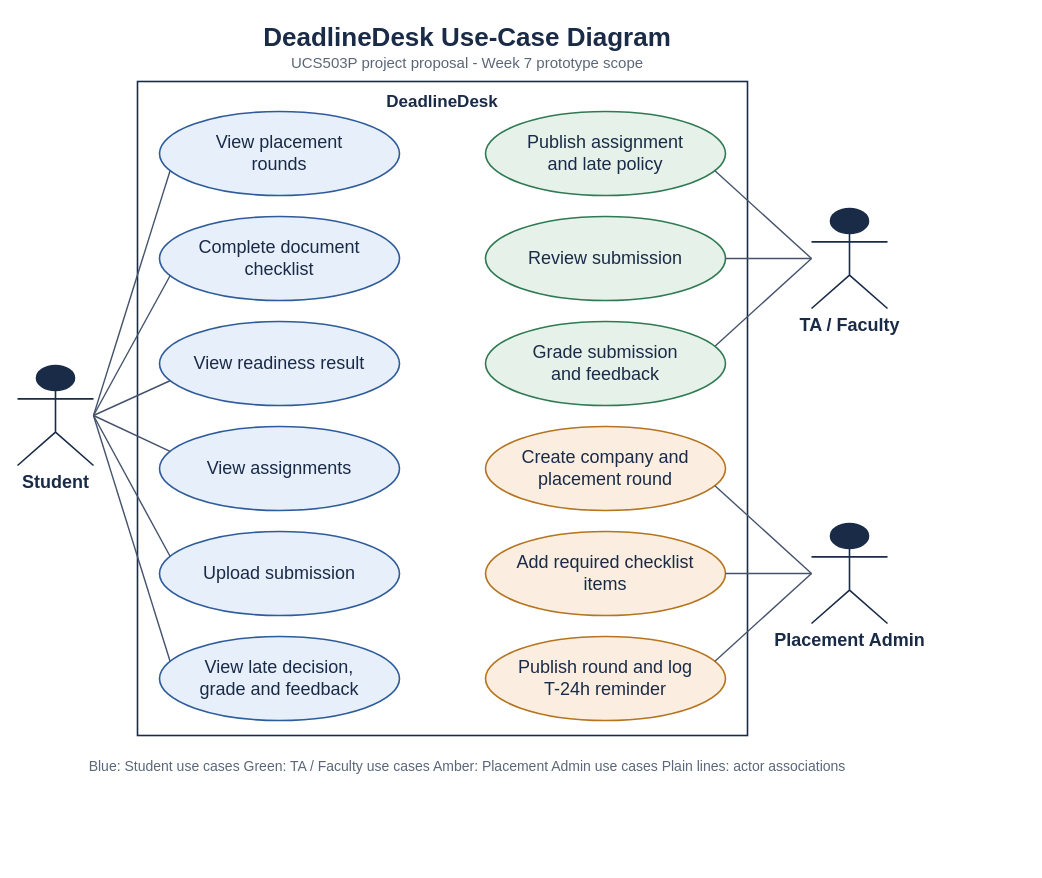
This is project-proposal/figures/use-case-diagram.drawio from aryanorastar/ucs503p-202627-deadlinedesk, a draw.io file, before an edit. Source tidied: cells renumbered, new cells numbered last; positions are measured from the earlier drawing's top-left corner, leaving out a move shared by most shapes. Both pictures are drawn from the tidied source at 100%, with x=0, y=0 at pixel (17, 21).
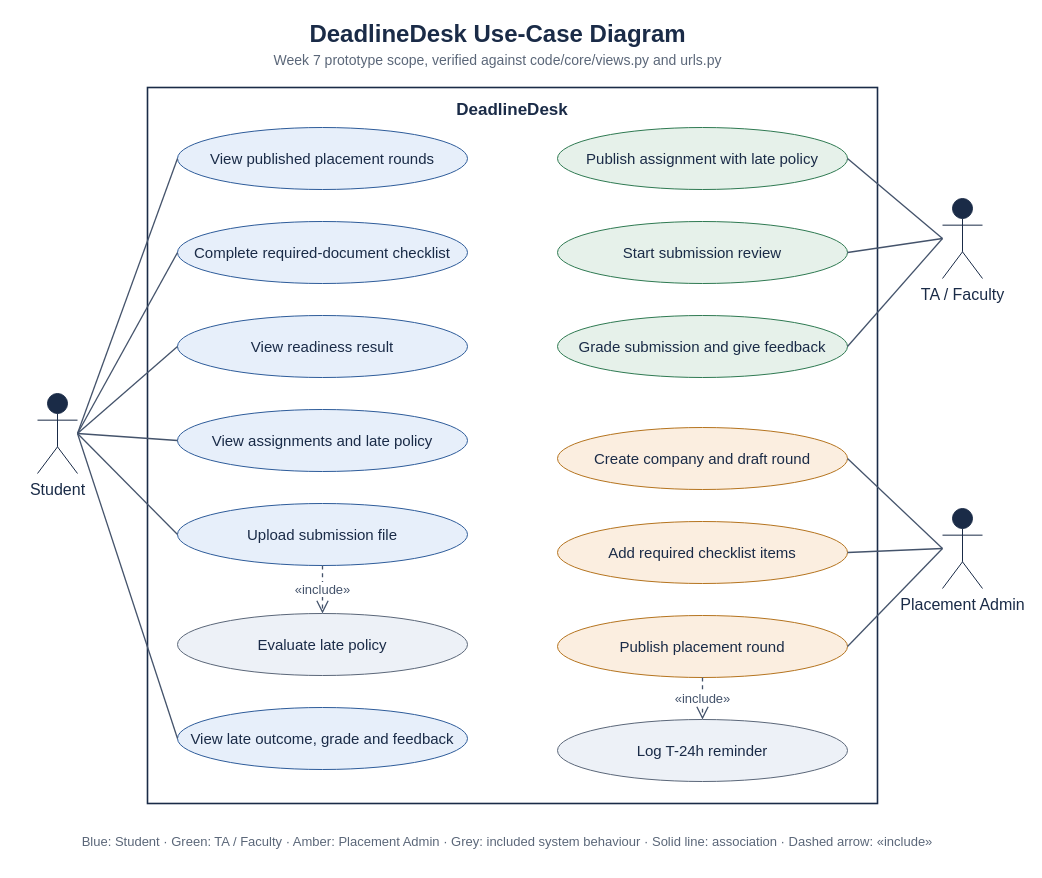
The same diagram, later.

The edit, as a diff of the source:
```diff
@@
-    <mxCell id="2" value="DeadlineDesk Use-Case Diagram" style="text;html=1;whiteSpace=wrap;strokeColor=none;fillColor=none;fontColor=#1A2B47;fontSize=26;fontStyle=1;fontFamily=Helvetica;align=center;verticalAlign=middle;" parent="1" vertex="1">
-      <mxGeometry x="150" width="600" height="32" as="geometry" />
+    <mxCell id="2" value="DeadlineDesk Use-Case Diagram" style="text;html=1;align=center;verticalAlign=middle;fontFamily=Helvetica;fontSize=24;fontStyle=1;fontColor=#1A2B47;" parent="1" vertex="1">
+      <mxGeometry x="180" y="-4" width="600" height="34" as="geometry" />
     </mxCell>
-    <mxCell id="3" value="UCS503P project proposal - Week 7 prototype scope" style="text;html=1;whiteSpace=wrap;strokeColor=none;fillColor=none;fontColor=#5B6779;fontSize=15;fontStyle=0;fontFamily=Helvetica;align=center;verticalAlign=middle;" parent="1" vertex="1">
-      <mxGeometry x="150" y="30" width="600" height="22" as="geometry" />
+    <mxCell id="3" value="Week 7 prototype scope, verified against code/core/views.py and urls.py" style="text;html=1;align=center;verticalAlign=middle;fontFamily=Helvetica;fontSize=14;fontColor=#5B6779;" parent="1" vertex="1">
+      <mxGeometry x="180" y="28" width="600" height="22" as="geometry" />
     </mxCell>
-    <mxCell id="4" style="rounded=0;whiteSpace=wrap;html=1;arcSize=8;fillColor=#FFFFFF;strokeColor=#1A2B47;strokeWidth=1.6;fontColor=#1A2B47;fontSize=18;fontStyle=0;fontFamily=Helvetica;verticalAlign=middle;align=center;" parent="1" vertex="1">
-      <mxGeometry x="120" y="60" width="610" height="654" as="geometry" />
+    <mxCell id="4" value="DeadlineDesk" style="rounded=0;whiteSpace=wrap;html=1;fillColor=#FFFFFF;strokeColor=#1A2B47;strokeWidth=1.6;verticalAlign=top;fontFamily=Helvetica;fontSize=17;fontStyle=1;fontColor=#1A2B47;spacingTop=6;" parent="1" vertex="1">
+      <mxGeometry x="130" y="66" width="730" height="716" as="geometry" />
     </mxCell>
-    <mxCell id="5" value="DeadlineDesk" style="text;html=1;whiteSpace=wrap;strokeColor=none;fillColor=none;fontColor=#1A2B47;fontSize=17;fontStyle=1;fontFamily=Helvetica;align=center;verticalAlign=middle;" parent="1" vertex="1">
-      <mxGeometry x="225" y="70" width="400" height="22" as="geometry" />
-    </mxCell>
-    <mxCell id="6" value="View placement&lt;br&gt;rounds" style="ellipse;whiteSpace=wrap;html=1;fillColor=#E7EFFA;strokeColor=#2E5C9A;strokeWidth=1.6;fontColor=#1A2B47;fontSize=18;fontStyle=0;fontFamily=Helvetica;verticalAlign=middle;align=center;" parent="1" vertex="1">
-      <mxGeometry x="142" y="90" width="240" height="84" as="geometry" />
-    </mxCell>
-    <mxCell id="7" value="Complete document&lt;br&gt;checklist" style="ellipse;whiteSpace=wrap;html=1;fillColor=#E7EFFA;strokeColor=#2E5C9A;strokeWidth=1.6;fontColor=#1A2B47;fontSize=18;fontStyle=0;fontFamily=Helvetica;verticalAlign=middle;align=center;" parent="1" vertex="1">
-      <mxGeometry x="142" y="195" width="240" height="84" as="geometry" />
-    </mxCell>
-    <mxCell id="8" value="View readiness result" style="ellipse;whiteSpace=wrap;html=1;fillColor=#E7EFFA;strokeColor=#2E5C9A;strokeWidth=1.6;fontColor=#1A2B47;fontSize=18;fontStyle=0;fontFamily=Helvetica;verticalAlign=middle;align=center;" parent="1" vertex="1">
-      <mxGeometry x="142" y="300" width="240" height="84" as="geometry" />
-    </mxCell>
-    <mxCell id="9" value="View assignments" style="ellipse;whiteSpace=wrap;html=1;fillColor=#E7EFFA;strokeColor=#2E5C9A;strokeWidth=1.6;fontColor=#1A2B47;fontSize=18;fontStyle=0;fontFamily=Helvetica;verticalAlign=middle;align=center;" parent="1" vertex="1">
-      <mxGeometry x="142" y="405" width="240" height="84" as="geometry" />
-    </mxCell>
-    <mxCell id="10" value="Upload submission" style="ellipse;whiteSpace=wrap;html=1;fillColor=#E7EFFA;strokeColor=#2E5C9A;strokeWidth=1.6;fontColor=#1A2B47;fontSize=18;fontStyle=0;fontFamily=Helvetica;verticalAlign=middle;align=center;" parent="1" vertex="1">
-      <mxGeometry x="142" y="510" width="240" height="84" as="geometry" />
-    </mxCell>
-    <mxCell id="11" value="View late decision,&lt;br&gt;grade and feedback" style="ellipse;whiteSpace=wrap;html=1;fillColor=#E7EFFA;strokeColor=#2E5C9A;strokeWidth=1.6;fontColor=#1A2B47;fontSize=18;fontStyle=0;fontFamily=Helvetica;verticalAlign=middle;align=center;" parent="1" vertex="1">
-      <mxGeometry x="142" y="615" width="240" height="84" as="geometry" />
-    </mxCell>
-    <mxCell id="12" value="Publish assignment&lt;br&gt;and late policy" style="ellipse;whiteSpace=wrap;html=1;fillColor=#E6F1EA;strokeColor=#2F7A52;strokeWidth=1.6;fontColor=#1A2B47;fontSize=18;fontStyle=0;fontFamily=Helvetica;verticalAlign=middle;align=center;" parent="1" vertex="1">
-      <mxGeometry x="468" y="90" width="240" height="84" as="geometry" />
-    </mxCell>
-    <mxCell id="13" value="Review submission" style="ellipse;whiteSpace=wrap;html=1;fillColor=#E6F1EA;strokeColor=#2F7A52;strokeWidth=1.6;fontColor=#1A2B47;fontSize=18;fontStyle=0;fontFamily=Helvetica;verticalAlign=middle;align=center;" parent="1" vertex="1">
-      <mxGeometry x="468" y="195" width="240" height="84" as="geometry" />
-    </mxCell>
-    <mxCell id="14" value="Grade submission&lt;br&gt;and feedback" style="ellipse;whiteSpace=wrap;html=1;fillColor=#E6F1EA;strokeColor=#2F7A52;strokeWidth=1.6;fontColor=#1A2B47;fontSize=18;fontStyle=0;fontFamily=Helvetica;verticalAlign=middle;align=center;" parent="1" vertex="1">
-      <mxGeometry x="468" y="300" width="240" height="84" as="geometry" />
-    </mxCell>
-    <mxCell id="15" value="Create company and&lt;br&gt;placement round" style="ellipse;whiteSpace=wrap;html=1;fillColor=#FBEEE0;strokeColor=#B5741F;strokeWidth=1.6;fontColor=#1A2B47;fontSize=18;fontStyle=0;fontFamily=Helvetica;verticalAlign=middle;align=center;" parent="1" vertex="1">
-      <mxGeometry x="468" y="405" width="240" height="84" as="geometry" />
-    </mxCell>
-    <mxCell id="16" value="Add required checklist&lt;br&gt;items" style="ellipse;whiteSpace=wrap;html=1;fillColor=#FBEEE0;strokeColor=#B5741F;strokeWidth=1.6;fontColor=#1A2B47;fontSize=18;fontStyle=0;fontFamily=Helvetica;verticalAlign=middle;align=center;" parent="1" vertex="1">
-      <mxGeometry x="468" y="510" width="240" height="84" as="geometry" />
-    </mxCell>
-    <mxCell id="17" value="Publish round and log&lt;br&gt;T-24h reminder" style="ellipse;whiteSpace=wrap;html=1;fillColor=#FBEEE0;strokeColor=#B5741F;strokeWidth=1.6;fontColor=#1A2B47;fontSize=18;fontStyle=0;fontFamily=Helvetica;verticalAlign=middle;align=center;" parent="1" vertex="1">
-      <mxGeometry x="468" y="615" width="240" height="84" as="geometry" />
-    </mxCell>
-    <mxCell id="18" value="Student" style="shape=umlActor;verticalLabelPosition=bottom;verticalAlign=top;html=1;outlineConnect=0;fillColor=#1A2B47;strokeColor=#1A2B47;strokeWidth=1.6;fontColor=#1A2B47;fontSize=18;fontStyle=1;fontFamily=Helvetica;align=center;" parent="1" vertex="1">
-      <mxGeometry y="344" width="76" height="100" as="geometry" />
+    <mxCell id="18" value="Student" style="shape=umlActor;verticalLabelPosition=bottom;verticalAlign=top;html=1;outlineConnect=0;fillColor=#1A2B47;strokeColor=#1A2B47;fontFamily=Helvetica;fontSize=16;fontColor=#1A2B47;" parent="1" vertex="1">
+      <mxGeometry x="20" y="372" width="40" height="80" as="geometry" />
     </mxCell>
-    <mxCell id="19" value="TA / Faculty" style="shape=umlActor;verticalLabelPosition=bottom;verticalAlign=top;html=1;outlineConnect=0;fillColor=#1A2B47;strokeColor=#1A2B47;strokeWidth=1.6;fontColor=#1A2B47;fontSize=18;fontStyle=1;fontFamily=Helvetica;align=center;" parent="1" vertex="1">
-      <mxGeometry x="794" y="187" width="76" height="100" as="geometry" />
+    <mxCell id="19" value="TA / Faculty" style="shape=umlActor;verticalLabelPosition=bottom;verticalAlign=top;html=1;outlineConnect=0;fillColor=#1A2B47;strokeColor=#1A2B47;fontFamily=Helvetica;fontSize=16;fontColor=#1A2B47;" parent="1" vertex="1">
+      <mxGeometry x="925" y="177" width="40" height="80" as="geometry" />
     </mxCell>
-    <mxCell id="20" value="Placement Admin" style="shape=umlActor;verticalLabelPosition=bottom;verticalAlign=top;html=1;outlineConnect=0;fillColor=#1A2B47;strokeColor=#1A2B47;strokeWidth=1.6;fontColor=#1A2B47;fontSize=18;fontStyle=1;fontFamily=Helvetica;align=center;" parent="1" vertex="1">
-      <mxGeometry x="794" y="502" width="76" height="100" as="geometry" />
+    <mxCell id="20" value="Placement Admin" style="shape=umlActor;verticalLabelPosition=bottom;verticalAlign=top;html=1;outlineConnect=0;fillColor=#1A2B47;strokeColor=#1A2B47;fontFamily=Helvetica;fontSize=16;fontColor=#1A2B47;" parent="1" vertex="1">
+      <mxGeometry x="925" y="487" width="40" height="80" as="geometry" />
     </mxCell>
+    <mxCell id="34" value="View published placement rounds" style="ellipse;whiteSpace=wrap;html=1;fillColor=#E7EFFA;strokeColor=#2E5C9A;fontFamily=Helvetica;fontSize=15;fontColor=#1A2B47;" parent="1" vertex="1">
+      <mxGeometry x="160" y="106" width="290" height="62" as="geometry" />
+    </mxCell>
+    <mxCell id="35" value="Complete required-document checklist" style="ellipse;whiteSpace=wrap;html=1;fillColor=#E7EFFA;strokeColor=#2E5C9A;fontFamily=Helvetica;fontSize=15;fontColor=#1A2B47;" parent="1" vertex="1">
+      <mxGeometry x="160" y="200" width="290" height="62" as="geometry" />
+    </mxCell>
+    <mxCell id="8" value="View readiness result" style="ellipse;whiteSpace=wrap;html=1;fillColor=#E7EFFA;strokeColor=#2E5C9A;fontFamily=Helvetica;fontSize=15;fontColor=#1A2B47;" parent="1" vertex="1">
+      <mxGeometry x="160" y="294" width="290" height="62" as="geometry" />
+    </mxCell>
+    <mxCell id="36" value="View assignments and late policy" style="ellipse;whiteSpace=wrap;html=1;fillColor=#E7EFFA;strokeColor=#2E5C9A;fontFamily=Helvetica;fontSize=15;fontColor=#1A2B47;" parent="1" vertex="1">
+      <mxGeometry x="160" y="388" width="290" height="62" as="geometry" />
+    </mxCell>
+    <mxCell id="37" value="Upload submission file" style="ellipse;whiteSpace=wrap;html=1;fillColor=#E7EFFA;strokeColor=#2E5C9A;fontFamily=Helvetica;fontSize=15;fontColor=#1A2B47;" parent="1" vertex="1">
+      <mxGeometry x="160" y="482" width="290" height="62" as="geometry" />
+    </mxCell>
+    <mxCell id="38" value="Evaluate late policy" style="ellipse;whiteSpace=wrap;html=1;fillColor=#EDF1F7;strokeColor=#5B6779;fontFamily=Helvetica;fontSize=15;fontColor=#1A2B47;" parent="1" vertex="1">
+      <mxGeometry x="160" y="592" width="290" height="62" as="geometry" />
+    </mxCell>
+    <mxCell id="39" value="View late outcome, grade and feedback" style="ellipse;whiteSpace=wrap;html=1;fillColor=#E7EFFA;strokeColor=#2E5C9A;fontFamily=Helvetica;fontSize=15;fontColor=#1A2B47;" parent="1" vertex="1">
+      <mxGeometry x="160" y="686" width="290" height="62" as="geometry" />
+    </mxCell>
+    <mxCell id="40" value="Publish assignment with late policy" style="ellipse;whiteSpace=wrap;html=1;fillColor=#E6F1EA;strokeColor=#2F7A52;fontFamily=Helvetica;fontSize=15;fontColor=#1A2B47;" parent="1" vertex="1">
+      <mxGeometry x="540" y="106" width="290" height="62" as="geometry" />
+    </mxCell>
+    <mxCell id="41" value="Start submission review" style="ellipse;whiteSpace=wrap;html=1;fillColor=#E6F1EA;strokeColor=#2F7A52;fontFamily=Helvetica;fontSize=15;fontColor=#1A2B47;" parent="1" vertex="1">
+      <mxGeometry x="540" y="200" width="290" height="62" as="geometry" />
+    </mxCell>
+    <mxCell id="42" value="Grade submission and give feedback" style="ellipse;whiteSpace=wrap;html=1;fillColor=#E6F1EA;strokeColor=#2F7A52;fontFamily=Helvetica;fontSize=15;fontColor=#1A2B47;" parent="1" vertex="1">
+      <mxGeometry x="540" y="294" width="290" height="62" as="geometry" />
+    </mxCell>
+    <mxCell id="43" value="Create company and draft round" style="ellipse;whiteSpace=wrap;html=1;fillColor=#FBEEE0;strokeColor=#B5741F;fontFamily=Helvetica;fontSize=15;fontColor=#1A2B47;" parent="1" vertex="1">
+      <mxGeometry x="540" y="406" width="290" height="62" as="geometry" />
+    </mxCell>
+    <mxCell id="16" value="Add required checklist items" style="ellipse;whiteSpace=wrap;html=1;fillColor=#FBEEE0;strokeColor=#B5741F;fontFamily=Helvetica;fontSize=15;fontColor=#1A2B47;" parent="1" vertex="1">
+      <mxGeometry x="540" y="500" width="290" height="62" as="geometry" />
+    </mxCell>
+    <mxCell id="44" value="Publish placement round" style="ellipse;whiteSpace=wrap;html=1;fillColor=#FBEEE0;strokeColor=#B5741F;fontFamily=Helvetica;fontSize=15;fontColor=#1A2B47;" parent="1" vertex="1">
+      <mxGeometry x="540" y="594" width="290" height="62" as="geometry" />
+    </mxCell>
+    <mxCell id="45" value="Log T-24h reminder" style="ellipse;whiteSpace=wrap;html=1;fillColor=#EDF1F7;strokeColor=#5B6779;fontFamily=Helvetica;fontSize=15;fontColor=#1A2B47;" parent="1" vertex="1">
+      <mxGeometry x="540" y="698" width="290" height="62" as="geometry" />
+    </mxCell>
+    <mxCell id="46" style="endArrow=none;html=1;strokeColor=#44536B;strokeWidth=1.3;exitX=1;exitY=0.5;exitDx=0;exitDy=0;entryX=0;entryY=0.5;entryDx=0;entryDy=0;" parent="1" edge="1" source="18" target="34">
+      <mxGeometry relative="1" as="geometry" />
+    </mxCell>
+    <mxCell id="47" style="endArrow=none;html=1;strokeColor=#44536B;strokeWidth=1.3;exitX=1;exitY=0.5;exitDx=0;exitDy=0;entryX=0;entryY=0.5;entryDx=0;entryDy=0;" parent="1" edge="1" source="18" target="35">
+      <mxGeometry relative="1" as="geometry" />
+    </mxCell>
+    <mxCell id="24" style="endArrow=none;html=1;strokeColor=#44536B;strokeWidth=1.3;exitX=1;exitY=0.5;exitDx=0;exitDy=0;entryX=0;entryY=0.5;entryDx=0;entryDy=0;" parent="1" edge="1" source="18" target="8">
+      <mxGeometry relative="1" as="geometry" />
+    </mxCell>
+    <mxCell id="48" style="endArrow=none;html=1;strokeColor=#44536B;strokeWidth=1.3;exitX=1;exitY=0.5;exitDx=0;exitDy=0;entryX=0;entryY=0.5;entryDx=0;entryDy=0;" parent="1" edge="1" source="18" target="36">
+      <mxGeometry relative="1" as="geometry" />
+    </mxCell>
+    <mxCell id="49" style="endArrow=none;html=1;strokeColor=#44536B;strokeWidth=1.3;exitX=1;exitY=0.5;exitDx=0;exitDy=0;entryX=0;entryY=0.5;entryDx=0;entryDy=0;" parent="1" edge="1" source="18" target="37">
+      <mxGeometry relative="1" as="geometry" />
+    </mxCell>
+    <mxCell id="50" style="endArrow=none;html=1;strokeColor=#44536B;strokeWidth=1.3;exitX=1;exitY=0.5;exitDx=0;exitDy=0;entryX=0;entryY=0.5;entryDx=0;entryDy=0;" parent="1" edge="1" source="18" target="39">
+      <mxGeometry relative="1" as="geometry" />
+    </mxCell>
+    <mxCell id="51" style="endArrow=none;html=1;strokeColor=#44536B;strokeWidth=1.3;exitX=0;exitY=0.5;exitDx=0;exitDy=0;entryX=1;entryY=0.5;entryDx=0;entryDy=0;" parent="1" edge="1" source="19" target="40">
+      <mxGeometry relative="1" as="geometry" />
+    </mxCell>
+    <mxCell id="52" style="endArrow=none;html=1;strokeColor=#44536B;strokeWidth=1.3;exitX=0;exitY=0.5;exitDx=0;exitDy=0;entryX=1;entryY=0.5;entryDx=0;entryDy=0;" parent="1" edge="1" source="19" target="41">
+      <mxGeometry relative="1" as="geometry" />
+    </mxCell>
+    <mxCell id="53" style="endArrow=none;html=1;strokeColor=#44536B;strokeWidth=1.3;exitX=0;exitY=0.5;exitDx=0;exitDy=0;entryX=1;entryY=0.5;entryDx=0;entryDy=0;" parent="1" edge="1" source="19" target="42">
+      <mxGeometry relative="1" as="geometry" />
+    </mxCell>
+    <mxCell id="54" style="endArrow=none;html=1;strokeColor=#44536B;strokeWidth=1.3;exitX=0;exitY=0.5;exitDx=0;exitDy=0;entryX=1;entryY=0.5;entryDx=0;entryDy=0;" parent="1" edge="1" source="20" target="43">
+      <mxGeometry relative="1" as="geometry" />
+    </mxCell>
+    <mxCell id="32" style="endArrow=none;html=1;strokeColor=#44536B;strokeWidth=1.3;exitX=0;exitY=0.5;exitDx=0;exitDy=0;entryX=1;entryY=0.5;entryDx=0;entryDy=0;" parent="1" edge="1" source="20" target="16">
+      <mxGeometry relative="1" as="geometry" />
+    </mxCell>
+    <mxCell id="55" style="endArrow=none;html=1;strokeColor=#44536B;strokeWidth=1.3;exitX=0;exitY=0.5;exitDx=0;exitDy=0;entryX=1;entryY=0.5;entryDx=0;entryDy=0;" parent="1" edge="1" source="20" target="44">
+      <mxGeometry relative="1" as="geometry" />
+    </mxCell>
+    <mxCell id="56" value="«include»" style="endArrow=open;endSize=10;dashed=1;html=1;strokeColor=#44536B;strokeWidth=1.3;fontFamily=Helvetica;fontSize=13;fontColor=#44536B;labelBackgroundColor=#FFFFFF;" parent="1" edge="1" source="37" target="38">
+      <mxGeometry relative="1" as="geometry" />
+    </mxCell>
+    <mxCell id="57" value="«include»" style="endArrow=open;endSize=10;dashed=1;html=1;strokeColor=#44536B;strokeWidth=1.3;fontFamily=Helvetica;fontSize=13;fontColor=#44536B;labelBackgroundColor=#FFFFFF;" parent="1" edge="1" source="44" target="45">
+      <mxGeometry relative="1" as="geometry" />
+    </mxCell>
-    <mxCell id="21" value="Blue: Student use cases      Green: TA / Faculty use cases      Amber: Placement Admin use cases      Plain lines: actor associations" style="text;html=1;whiteSpace=wrap;strokeColor=none;fillColor=none;fontColor=#5B6779;fontSize=14;fontStyle=0;fontFamily=Helvetica;align=center;verticalAlign=middle;" parent="1" vertex="1">
-      <mxGeometry x="50" y="734" width="800" height="22" as="geometry" />
+    <mxCell id="21" value="Blue: Student · Green: TA / Faculty · Amber: Placement Admin · Grey: included system behaviour · Solid line: association · Dashed arrow: «include»" style="text;html=1;align=center;verticalAlign=middle;whiteSpace=wrap;fontFamily=Helvetica;fontSize=13;fontColor=#5B6779;" parent="1" vertex="1">
+      <mxGeometry x="20" y="800" width="940" height="40" as="geometry" />
     </mxCell>
-    <mxCell id="22" style="edgeStyle=none;rounded=0;html=1;exitX=1.0000;exitY=0.5000;exitDx=0;exitDy=0;exitPerimeter=0;entryX=0.0440;entryY=0.7052;entryDx=0;entryDy=0;entryPerimeter=0;strokeColor=#44536B;strokeWidth=1.4;endArrow=none;endFill=1;endSize=7;startArrow=none;fontColor=#5B6779;fontSize=16;fontFamily=Helvetica;" parent="1" edge="1" source="18" target="6">
-      <mxGeometry relative="1" as="geometry" />
-    </mxCell>
-    <mxCell id="23" style="edgeStyle=none;rounded=0;html=1;exitX=1.0000;exitY=0.5000;exitDx=0;exitDy=0;exitPerimeter=0;entryX=0.0440;entryY=0.7052;entryDx=0;entryDy=0;entryPerimeter=0;strokeColor=#44536B;strokeWidth=1.4;endArrow=none;endFill=1;endSize=7;startArrow=none;fontColor=#5B6779;fontSize=16;fontFamily=Helvetica;" parent="1" edge="1" source="18" target="7">
-      <mxGeometry relative="1" as="geometry" />
-    </mxCell>
-    <mxCell id="24" style="edgeStyle=none;rounded=0;html=1;exitX=1.0000;exitY=0.5000;exitDx=0;exitDy=0;exitPerimeter=0;entryX=0.0440;entryY=0.7052;entryDx=0;entryDy=0;entryPerimeter=0;strokeColor=#44536B;strokeWidth=1.4;endArrow=none;endFill=1;endSize=7;startArrow=none;fontColor=#5B6779;fontSize=16;fontFamily=Helvetica;" parent="1" edge="1" source="18" target="8">
-      <mxGeometry relative="1" as="geometry" />
-    </mxCell>
-    <mxCell id="25" style="edgeStyle=none;rounded=0;html=1;exitX=1.0000;exitY=0.5000;exitDx=0;exitDy=0;exitPerimeter=0;entryX=0.0440;entryY=0.2948;entryDx=0;entryDy=0;entryPerimeter=0;strokeColor=#44536B;strokeWidth=1.4;endArrow=none;endFill=1;endSize=7;startArrow=none;fontColor=#5B6779;fontSize=16;fontFamily=Helvetica;" parent="1" edge="1" source="18" target="9">
-      <mxGeometry relative="1" as="geometry" />
-    </mxCell>
-    <mxCell id="26" style="edgeStyle=none;rounded=0;html=1;exitX=1.0000;exitY=0.5000;exitDx=0;exitDy=0;exitPerimeter=0;entryX=0.0440;entryY=0.2948;entryDx=0;entryDy=0;entryPerimeter=0;strokeColor=#44536B;strokeWidth=1.4;endArrow=none;endFill=1;endSize=7;startArrow=none;fontColor=#5B6779;fontSize=16;fontFamily=Helvetica;" parent="1" edge="1" source="18" target="10">
-      <mxGeometry relative="1" as="geometry" />
-    </mxCell>
-    <mxCell id="27" style="edgeStyle=none;rounded=0;html=1;exitX=1.0000;exitY=0.5000;exitDx=0;exitDy=0;exitPerimeter=0;entryX=0.0440;entryY=0.2948;entryDx=0;entryDy=0;entryPerimeter=0;strokeColor=#44536B;strokeWidth=1.4;endArrow=none;endFill=1;endSize=7;startArrow=none;fontColor=#5B6779;fontSize=16;fontFamily=Helvetica;" parent="1" edge="1" source="18" target="11">
-      <mxGeometry relative="1" as="geometry" />
-    </mxCell>
-    <mxCell id="28" style="edgeStyle=none;rounded=0;html=1;exitX=0.0000;exitY=0.5000;exitDx=0;exitDy=0;exitPerimeter=0;entryX=0.9560;entryY=0.7052;entryDx=0;entryDy=0;entryPerimeter=0;strokeColor=#44536B;strokeWidth=1.4;endArrow=none;endFill=1;endSize=7;startArrow=none;fontColor=#5B6779;fontSize=16;fontFamily=Helvetica;" parent="1" edge="1" source="19" target="12">
-      <mxGeometry relative="1" as="geometry" />
-    </mxCell>
-    <mxCell id="29" style="edgeStyle=none;rounded=0;html=1;exitX=0.0000;exitY=0.5000;exitDx=0;exitDy=0;exitPerimeter=0;entryX=1.0000;entryY=0.5000;entryDx=0;entryDy=0;entryPerimeter=0;strokeColor=#44536B;strokeWidth=1.4;endArrow=none;endFill=1;endSize=7;startArrow=none;fontColor=#5B6779;fontSize=16;fontFamily=Helvetica;" parent="1" edge="1" source="19" target="13">
-      <mxGeometry relative="1" as="geometry" />
-    </mxCell>
-    <mxCell id="30" style="edgeStyle=none;rounded=0;html=1;exitX=0.0000;exitY=0.5000;exitDx=0;exitDy=0;exitPerimeter=0;entryX=0.9560;entryY=0.2948;entryDx=0;entryDy=0;entryPerimeter=0;strokeColor=#44536B;strokeWidth=1.4;endArrow=none;endFill=1;endSize=7;startArrow=none;fontColor=#5B6779;fontSize=16;fontFamily=Helvetica;" parent="1" edge="1" source="19" target="14">
-      <mxGeometry relative="1" as="geometry" />
-    </mxCell>
-    <mxCell id="31" style="edgeStyle=none;rounded=0;html=1;exitX=0.0000;exitY=0.5000;exitDx=0;exitDy=0;exitPerimeter=0;entryX=0.9560;entryY=0.7052;entryDx=0;entryDy=0;entryPerimeter=0;strokeColor=#44536B;strokeWidth=1.4;endArrow=none;endFill=1;endSize=7;startArrow=none;fontColor=#5B6779;fontSize=16;fontFamily=Helvetica;" parent="1" edge="1" source="20" target="15">
-      <mxGeometry relative="1" as="geometry" />
-    </mxCell>
-    <mxCell id="32" style="edgeStyle=none;rounded=0;html=1;exitX=0.0000;exitY=0.5000;exitDx=0;exitDy=0;exitPerimeter=0;entryX=1.0000;entryY=0.5000;entryDx=0;entryDy=0;entryPerimeter=0;strokeColor=#44536B;strokeWidth=1.4;endArrow=none;endFill=1;endSize=7;startArrow=none;fontColor=#5B6779;fontSize=16;fontFamily=Helvetica;" parent="1" edge="1" source="20" target="16">
-      <mxGeometry relative="1" as="geometry" />
-    </mxCell>
-    <mxCell id="33" style="edgeStyle=none;rounded=0;html=1;exitX=0.0000;exitY=0.5000;exitDx=0;exitDy=0;exitPerimeter=0;entryX=0.9560;entryY=0.2948;entryDx=0;entryDy=0;entryPerimeter=0;strokeColor=#44536B;strokeWidth=1.4;endArrow=none;endFill=1;endSize=7;startArrow=none;fontColor=#5B6779;fontSize=16;fontFamily=Helvetica;" parent="1" edge="1" source="20" target="17">
-      <mxGeometry relative="1" as="geometry" />
-    </mxCell>
```
